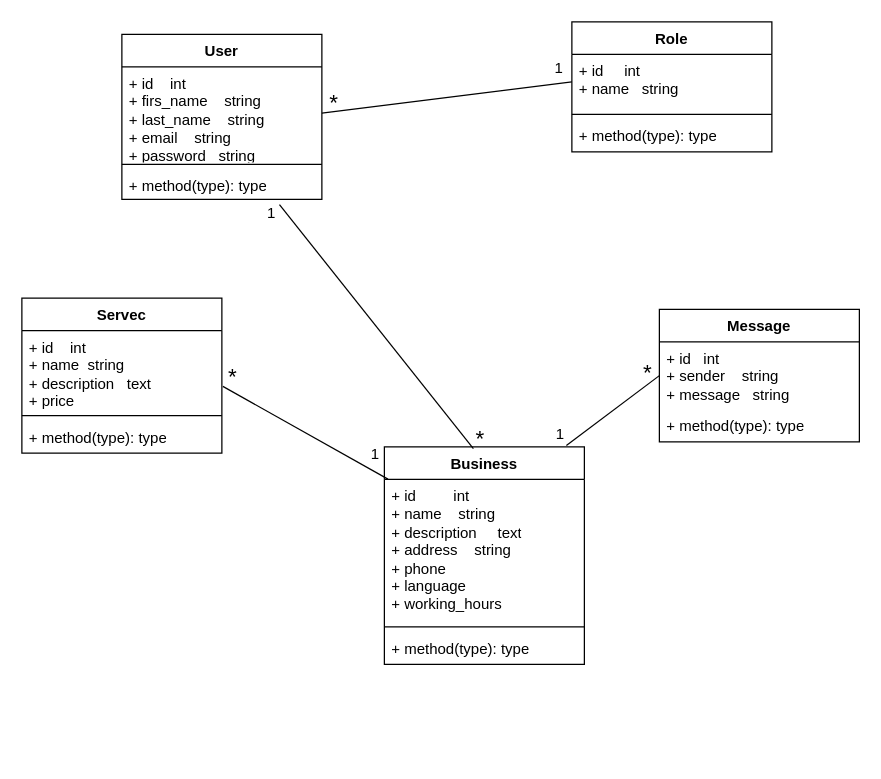
Before: UML/Diagramme se class (SmartReplay).drawio in zakariaallam/SmartReply, a draw.io diagram. Source tidied: cells renumbered, new cells numbered last; positions are measured from the earlier drawing's top-left corner, leaving out a move shared by most shapes. Both pictures are drawn from the tidied source at 125%, with x=0, y=0 at pixel (21, 21).
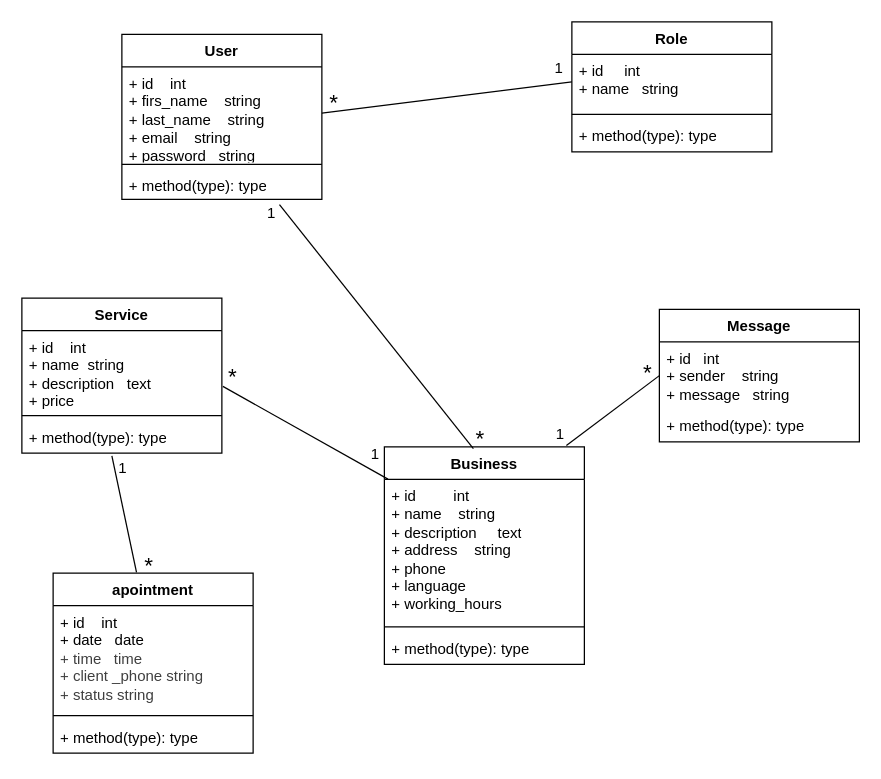
Above is the later version.

Unchanged cells that the change refers to:
```xml
<mxCell id="5" value="+ method(type): type" style="text;strokeColor=none;fillColor=none;align=left;verticalAlign=top;spacingLeft=4;spacingRight=4;overflow=hidden;points=[[0,0.5],[1,0.5]];portConstraint=eastwest;whiteSpace=wrap;html=1;" parent="2" vertex="1">
  <mxGeometry y="98" width="160" height="26" as="geometry" />
</mxCell>
```

The edit, as a diff of the source:
```diff
@@
-    <mxCell id="2" value="Servec" style="swimlane;fontStyle=1;align=center;verticalAlign=top;horizontal=1;startSize=26;whiteSpace=wrap;html=1;" parent="1" vertex="1">
+    <mxCell id="2" value="Service" style="swimlane;fontStyle=1;align=center;verticalAlign=top;horizontal=1;startSize=26;whiteSpace=wrap;html=1;" parent="1" vertex="1">
       <mxGeometry y="221" width="160" height="124" as="geometry" />
     </mxCell>
@@
+    <mxCell id="33" value="apointment" style="swimlane;fontStyle=1;align=center;verticalAlign=top;horizontal=1;startSize=26;whiteSpace=wrap;html=1;" parent="1" vertex="1">
+      <mxGeometry x="25" y="441" width="160" height="144" as="geometry" />
+    </mxCell>
+    <mxCell id="34" value="+ id&amp;nbsp; &amp;nbsp; int&amp;nbsp;&lt;div&gt;+ date&amp;nbsp; &amp;nbsp;date&lt;/div&gt;&lt;div&gt;&lt;div style=&quot;color: rgb(63, 63, 63); scrollbar-color: rgb(226, 226, 226) rgb(251, 251, 251);&quot;&gt;+ time&amp;nbsp; &amp;nbsp;time&lt;/div&gt;&lt;/div&gt;&lt;div&gt;&lt;span style=&quot;color: rgb(63, 63, 63);&quot;&gt;&lt;div style=&quot;color: rgb(63, 63, 63); scrollbar-color: rgb(226, 226, 226) rgb(251, 251, 251);&quot;&gt;&lt;div style=&quot;scrollbar-color: rgb(226, 226, 226) rgb(251, 251, 251); color: rgb(63, 63, 63);&quot;&gt;+ client _phone string&lt;/div&gt;&lt;/div&gt;&lt;/span&gt;&lt;/div&gt;&lt;div&gt;&lt;span style=&quot;color: rgb(63, 63, 63);&quot;&gt;+&amp;nbsp;&lt;/span&gt;&lt;span style=&quot;color: rgb(63, 63, 63);&quot;&gt;status string&lt;/span&gt;&lt;/div&gt;" style="text;strokeColor=none;fillColor=none;align=left;verticalAlign=top;spacingLeft=4;spacingRight=4;overflow=hidden;whiteSpace=wrap;html=1;" parent="33" vertex="1">
+      <mxGeometry y="26" width="160" height="84" as="geometry" />
+    </mxCell>
+    <mxCell id="35" style="line;strokeWidth=1;fillColor=none;align=left;verticalAlign=middle;spacingTop=-1;spacingLeft=3;spacingRight=3;labelPosition=right;strokeColor=inherit;" parent="33" vertex="1">
+      <mxGeometry y="110" width="160" height="8" as="geometry" />
+    </mxCell>
+    <mxCell id="36" value="+ method(type): type" style="text;strokeColor=none;fillColor=none;align=left;verticalAlign=top;spacingLeft=4;spacingRight=4;overflow=hidden;whiteSpace=wrap;html=1;" parent="33" vertex="1">
+      <mxGeometry y="118" width="160" height="26" as="geometry" />
+    </mxCell>
+    <mxCell id="37" style="endArrow=none;html=1;rounded=0;exitX=0.45;exitY=1.085;exitDx=0;exitDy=0;entryX=0.417;entryY=-0.004;entryDx=0;entryDy=0;exitPerimeter=0;entryPerimeter=0;" parent="1" edge="1" source="5" target="33">
+      <mxGeometry relative="1" as="geometry" />
+    </mxCell>
+    <mxCell id="38" value="&lt;font style=&quot;font-size: 18px;&quot;&gt;*&lt;/font&gt;" style="text;html=1;whiteSpace=wrap;strokeColor=none;fillColor=none;align=center;verticalAlign=middle;rounded=0;" parent="1" vertex="1">
+      <mxGeometry x="72" y="420" width="60" height="30" as="geometry" />
+    </mxCell>
+    <mxCell id="39" value="&lt;font style=&quot;font-size: 12px;&quot;&gt;1&lt;/font&gt;" style="text;html=1;whiteSpace=wrap;strokeColor=none;fillColor=none;align=center;verticalAlign=middle;rounded=0;" parent="1" vertex="1">
+      <mxGeometry x="51" y="342" width="60" height="30" as="geometry" />
+    </mxCell>
```
